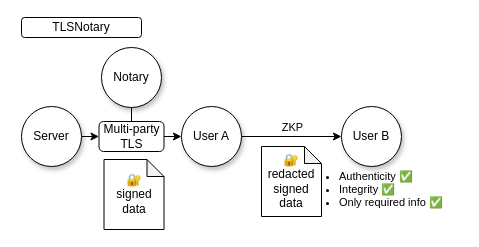
tlsnotary/docs-mdbook keeps this draw.io diagram as diagrams/data_provenance_tlsn.drawio. Above is the earlier version. Source tidied: cells renumbered, new cells numbered last; positions are measured from the earlier drawing's top-left corner, leaving out a move shared by most shapes. Both pictures are drawn from the tidied source at 100%, with x=0, y=0 at pixel (21, 17).
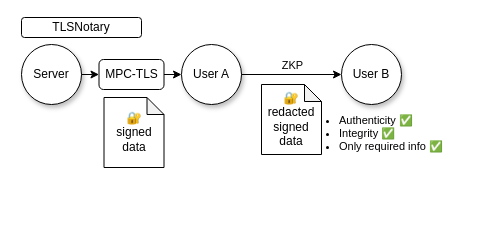
After the change.

Commit message (it also covers changes not shown here):
Rewrote motivation part.

Change to the diagram source:
```diff
@@
 <mxGraphModel>
   <root>
     <mxCell id="0" />
     <mxCell id="1" parent="0" />
     <mxCell id="2" value="TLSNotary" style="rounded=1;whiteSpace=wrap;html=1;" parent="1" vertex="1">
       <mxGeometry width="120" height="20" as="geometry" />
     </mxCell>
-    <mxCell id="3" style="group;" parent="1" vertex="1">
-      <mxGeometry y="30" width="440" height="182" as="geometry" />
-    </mxCell>
-    <mxCell id="4" value="Server" style="ellipse;whiteSpace=wrap;html=1;shadow=1;" parent="3" vertex="1">
-      <mxGeometry y="59" width="60" height="60" as="geometry" />
+    <mxCell id="4" value="Server" style="ellipse;whiteSpace=wrap;html=1;shadow=1;" parent="1" vertex="1">
+      <mxGeometry y="27" width="60" height="60" as="geometry" />
     </mxCell>
-    <mxCell id="5" value="User A" style="ellipse;whiteSpace=wrap;html=1;shadow=1;" parent="3" vertex="1">
-      <mxGeometry x="160" y="59" width="60" height="60" as="geometry" />
+    <mxCell id="5" value="User A" style="ellipse;whiteSpace=wrap;html=1;shadow=1;" parent="1" vertex="1">
+      <mxGeometry x="160" y="27" width="60" height="60" as="geometry" />
     </mxCell>
-    <mxCell id="6" value="User B" style="ellipse;whiteSpace=wrap;html=1;shadow=1;" parent="3" vertex="1">
-      <mxGeometry x="320" y="59" width="60" height="60" as="geometry" />
+    <mxCell id="6" value="User B" style="ellipse;whiteSpace=wrap;html=1;shadow=1;" parent="1" vertex="1">
+      <mxGeometry x="320" y="27" width="60" height="60" as="geometry" />
     </mxCell>
-    <mxCell id="7" style="edgeStyle=orthogonalEdgeStyle;rounded=0;jettySize=auto;html=1;exitX=1;exitY=0.5;exitDx=0;exitDy=0;entryX=0;entryY=0.5;entryDx=0;entryDy=0;" parent="3" edge="1" source="5" target="6">
+    <mxCell id="7" style="edgeStyle=orthogonalEdgeStyle;rounded=0;jettySize=auto;html=1;exitX=1;exitY=0.5;exitDx=0;exitDy=0;entryX=0;entryY=0.5;entryDx=0;entryDy=0;" parent="1" edge="1" source="5" target="6">
       <mxGeometry relative="1" as="geometry" />
     </mxCell>
     <mxCell id="8" value="ZKP" style="edgeLabel;html=1;align=center;verticalAlign=middle;" parent="7" vertex="1">
       <mxGeometry x="-0.24" y="1" relative="1" as="geometry">
         <mxPoint x="12" y="-9" as="offset" />
       </mxGeometry>
     </mxCell>
-    <mxCell id="9" value="🔐&lt;br&gt;signed&lt;br&gt;data&lt;br&gt;" style="shape=note;whiteSpace=wrap;html=1;backgroundOutline=1;darkOpacity=0.05;size=17;" parent="3" vertex="1">
-      <mxGeometry x="82.5" y="112" width="60" height="70" as="geometry" />
+    <mxCell id="9" value="🔐&lt;br&gt;signed&lt;br&gt;data&lt;br&gt;" style="shape=note;whiteSpace=wrap;html=1;backgroundOutline=1;darkOpacity=0.05;size=17;" parent="1" vertex="1">
+      <mxGeometry x="82.5" y="80" width="60" height="70" as="geometry" />
     </mxCell>
-    <mxCell id="10" value="🔐redacted&lt;br&gt;signed&lt;br style=&quot;border-color: var(--border-color);&quot;&gt;data" style="shape=note;whiteSpace=wrap;html=1;backgroundOutline=1;darkOpacity=0.05;size=17;" parent="3" vertex="1">
-      <mxGeometry x="240" y="99" width="60" height="70" as="geometry" />
+    <mxCell id="10" value="🔐redacted&lt;br&gt;signed&lt;br style=&quot;border-color: var(--border-color);&quot;&gt;data" style="shape=note;whiteSpace=wrap;html=1;backgroundOutline=1;darkOpacity=0.05;size=17;" parent="1" vertex="1">
+      <mxGeometry x="240" y="67" width="60" height="70" as="geometry" />
     </mxCell>
-    <mxCell id="11" value="&lt;ul style=&quot;font-size: 11px;&quot;&gt;&lt;li style=&quot;border-color: var(--border-color);&quot;&gt;Authenticity ✅&lt;/li&gt;&lt;li style=&quot;border-color: var(--border-color);&quot;&gt;Integrity&amp;nbsp;✅&lt;/li&gt;&lt;li style=&quot;border-color: var(--border-color);&quot;&gt;Only required info&amp;nbsp;✅&lt;br&gt;&lt;/li&gt;&lt;/ul&gt;" style="rounded=0;whiteSpace=wrap;html=1;align=left;fillColor=none;strokeColor=none;horizontal=1;" parent="3" vertex="1">
-      <mxGeometry x="276" y="112" width="164" height="60" as="geometry" />
+    <mxCell id="11" value="&lt;ul style=&quot;font-size: 11px;&quot;&gt;&lt;li style=&quot;border-color: var(--border-color);&quot;&gt;Authenticity ✅&lt;/li&gt;&lt;li style=&quot;border-color: var(--border-color);&quot;&gt;Integrity&amp;nbsp;✅&lt;/li&gt;&lt;li style=&quot;border-color: var(--border-color);&quot;&gt;Only required info&amp;nbsp;✅&lt;br&gt;&lt;/li&gt;&lt;/ul&gt;" style="rounded=0;whiteSpace=wrap;html=1;align=left;fillColor=none;strokeColor=none;horizontal=1;" parent="1" vertex="1">
+      <mxGeometry x="276" y="86" width="164" height="60" as="geometry" />
     </mxCell>
-    <mxCell id="12" value="Notary" style="ellipse;whiteSpace=wrap;html=1;shadow=1;" parent="3" vertex="1">
-      <mxGeometry x="80" width="60" height="60" as="geometry" />
-    </mxCell>
-    <mxCell id="13" style="edgeStyle=orthogonalEdgeStyle;rounded=0;jettySize=auto;html=1;exitX=1;exitY=0.5;exitDx=0;exitDy=0;entryX=0;entryY=0.5;entryDx=0;entryDy=0;" parent="3" edge="1" source="14" target="5">
+    <mxCell id="13" style="edgeStyle=orthogonalEdgeStyle;rounded=0;jettySize=auto;html=1;exitX=1;exitY=0.5;exitDx=0;exitDy=0;entryX=0;entryY=0.5;entryDx=0;entryDy=0;" parent="1" edge="1" source="14" target="5">
       <mxGeometry relative="1" as="geometry" />
     </mxCell>
-    <mxCell id="14" value="Multi-party TLS" style="rounded=1;whiteSpace=wrap;html=1;" parent="3" vertex="1">
-      <mxGeometry x="77.5" y="74" width="65" height="30" as="geometry" />
+    <mxCell id="14" value="MPC-TLS" style="rounded=1;whiteSpace=wrap;html=1;" parent="1" vertex="1">
+      <mxGeometry x="77.5" y="42" width="65" height="30" as="geometry" />
     </mxCell>
-    <mxCell id="15" style="edgeStyle=orthogonalEdgeStyle;rounded=0;jettySize=auto;html=1;exitX=1;exitY=0.5;exitDx=0;exitDy=0;entryX=0;entryY=0.5;entryDx=0;entryDy=0;" parent="3" edge="1" source="4" target="14">
+    <mxCell id="15" style="edgeStyle=orthogonalEdgeStyle;rounded=0;jettySize=auto;html=1;exitX=1;exitY=0.5;exitDx=0;exitDy=0;entryX=0;entryY=0.5;entryDx=0;entryDy=0;" parent="1" edge="1" source="4" target="14">
       <mxGeometry relative="1" as="geometry" />
     </mxCell>
-    <mxCell id="16" style="edgeStyle=orthogonalEdgeStyle;rounded=0;jettySize=auto;html=1;exitX=0.5;exitY=1;exitDx=0;exitDy=0;entryX=0.5;entryY=0;entryDx=0;entryDy=0;startArrow=none;startFill=0;endArrow=none;endFill=0;" parent="3" edge="1" source="12" target="14">
-      <mxGeometry relative="1" as="geometry" />
-    </mxCell>
   </root>
 </mxGraphModel>
```
